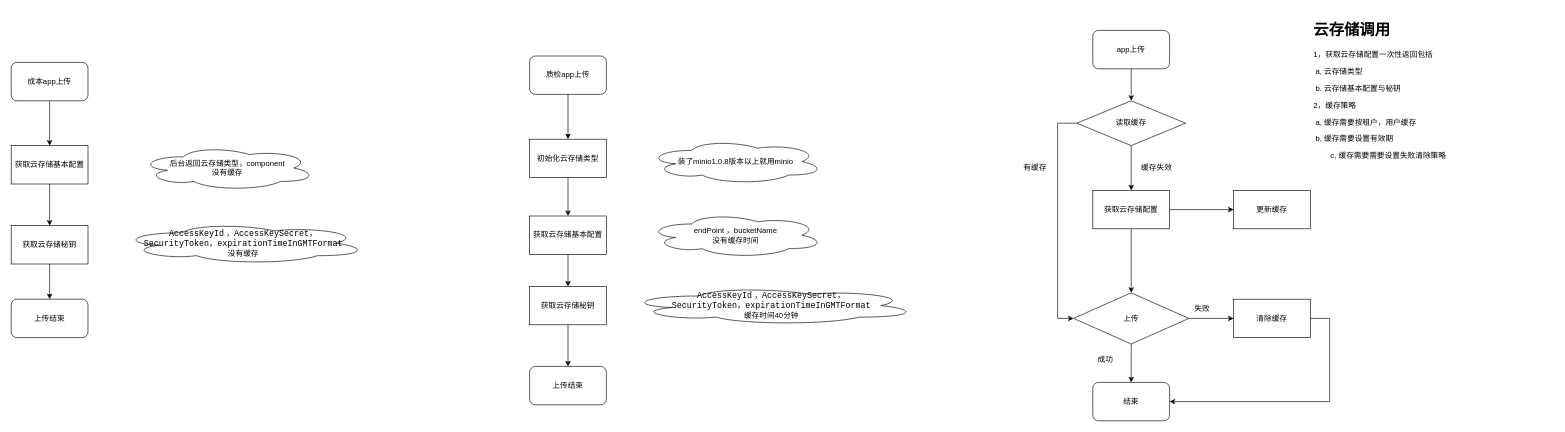
This is oss/Untitled Diagram.drawio from jsven/design-draw, a draw.io file, before an edit. Source tidied: cells renumbered, new cells numbered last; positions are measured from the earlier drawing's top-left corner, leaving out a move shared by most shapes. Both pictures are drawn from the tidied source at 64%, with x=0, y=0 at pixel (11, 17).
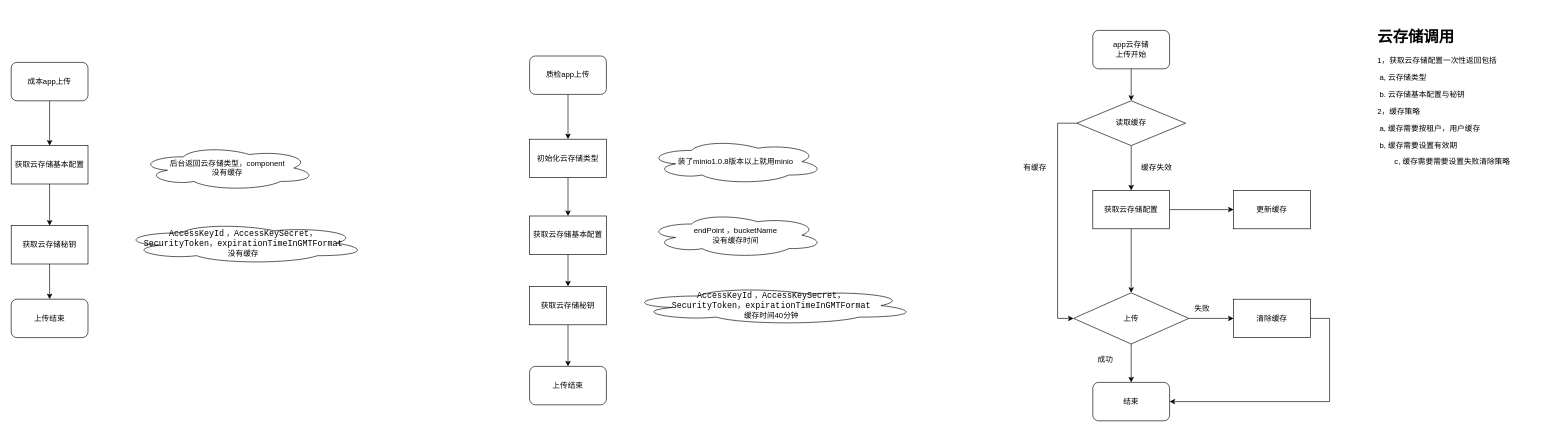
Above is the later version.

Diff of the diagram source:
```diff
@@
-    <mxCell id="24" value="app上传" style="rounded=1;whiteSpace=wrap;html=1;" parent="1" vertex="1">
+    <mxCell id="24" value="app云存储&lt;br&gt;上传开始" style="rounded=1;whiteSpace=wrap;html=1;" parent="1" vertex="1">
       <mxGeometry x="1690" y="20" width="120" height="60" as="geometry" />
     </mxCell>
@@
     <mxCell id="39" value="&lt;h1&gt;云存储调用&lt;/h1&gt;&lt;p&gt;1，获取云存储配置一次性返回包括&lt;/p&gt;&lt;p&gt;&lt;span style=&quot;white-space: pre;&quot;&gt;&lt;span style=&quot;white-space: pre;&quot;&gt; &lt;/span&gt;a, 云存储类型&lt;/span&gt;&lt;/p&gt;&lt;p&gt;&lt;span style=&quot;white-space: pre;&quot;&gt;&lt;span style=&quot;white-space: pre;&quot;&gt; &lt;/span&gt;b. 云存储基本配置与秘钥&lt;/span&gt;&lt;/p&gt;&lt;p&gt;2，缓存策略&lt;/p&gt;&lt;p&gt;&lt;span style=&quot;white-space: pre;&quot;&gt;&lt;span style=&quot;white-space: pre;&quot;&gt; &lt;/span&gt;a, 缓存需要按租户，用户缓存&lt;/span&gt;&lt;/p&gt;&lt;p&gt;&lt;span style=&quot;white-space: pre;&quot;&gt;&lt;span style=&quot;white-space: pre;&quot;&gt; &lt;/span&gt;b, 缓存需要设置有效期&lt;/span&gt;&lt;/p&gt;&lt;p&gt;&amp;nbsp; &amp;nbsp; &amp;nbsp; &amp;nbsp; c, 缓存需要需要设置失败清除策略&lt;span style=&quot;white-space: pre;&quot;&gt; &lt;/span&gt;&lt;br&gt;&lt;/p&gt;" style="text;html=1;strokeColor=none;fillColor=none;spacing=5;spacingTop=-20;whiteSpace=wrap;overflow=hidden;rounded=0;labelBackgroundColor=none;fontColor=#000000;" parent="1" vertex="1">
-      <mxGeometry x="2030" width="280" height="390" as="geometry" />
+      <mxGeometry x="2130" y="10" width="280" height="390" as="geometry" />
     </mxCell>
```
